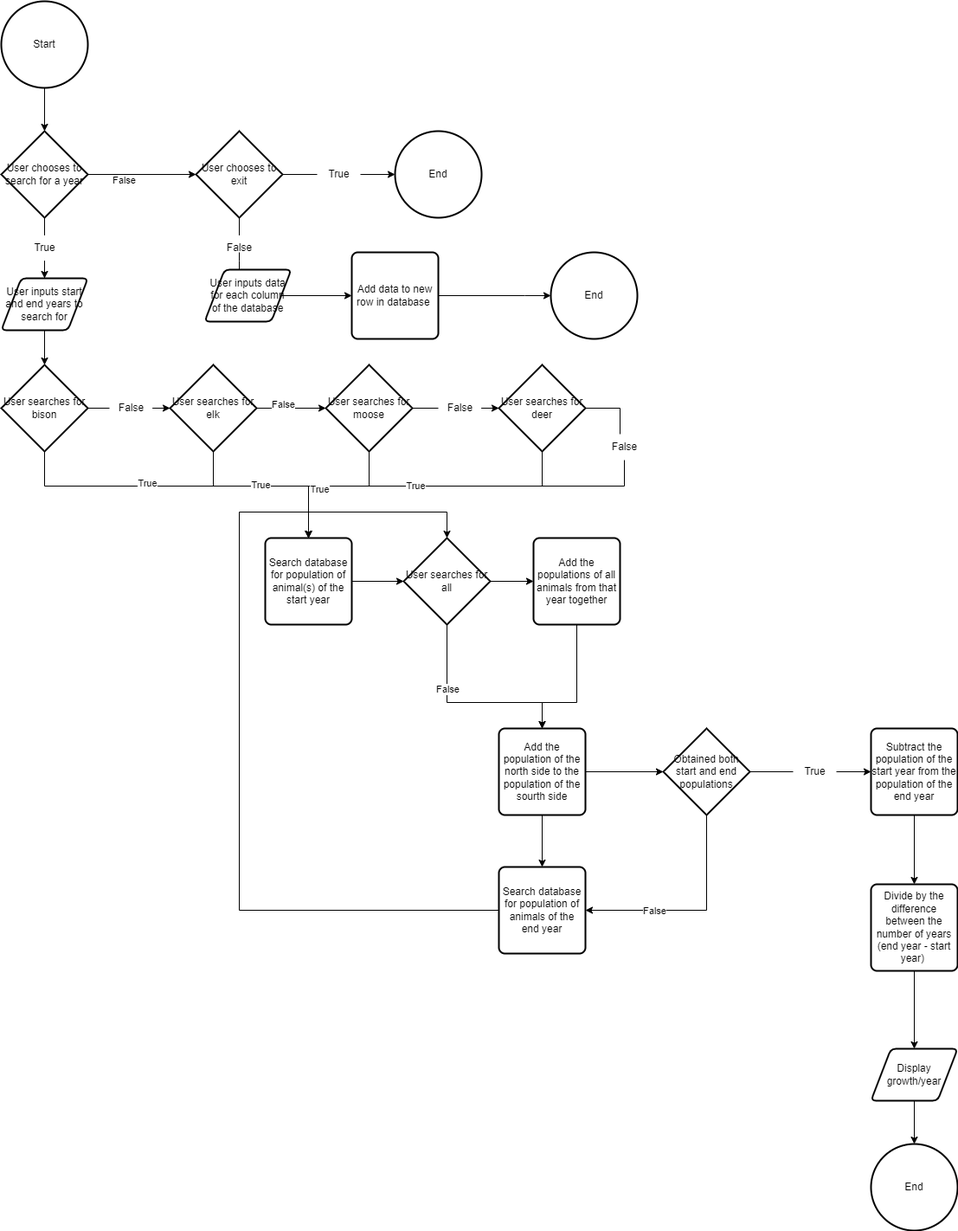
mimimelonxxxx/CSE2130-Project keeps this draw.io diagram as Large Mammal Population.drawio.png. Above is the earlier version. Source tidied: cells renumbered, new cells last; positions are measured from the earlier drawing's top-left corner, leaving out a move shared by most shapes.
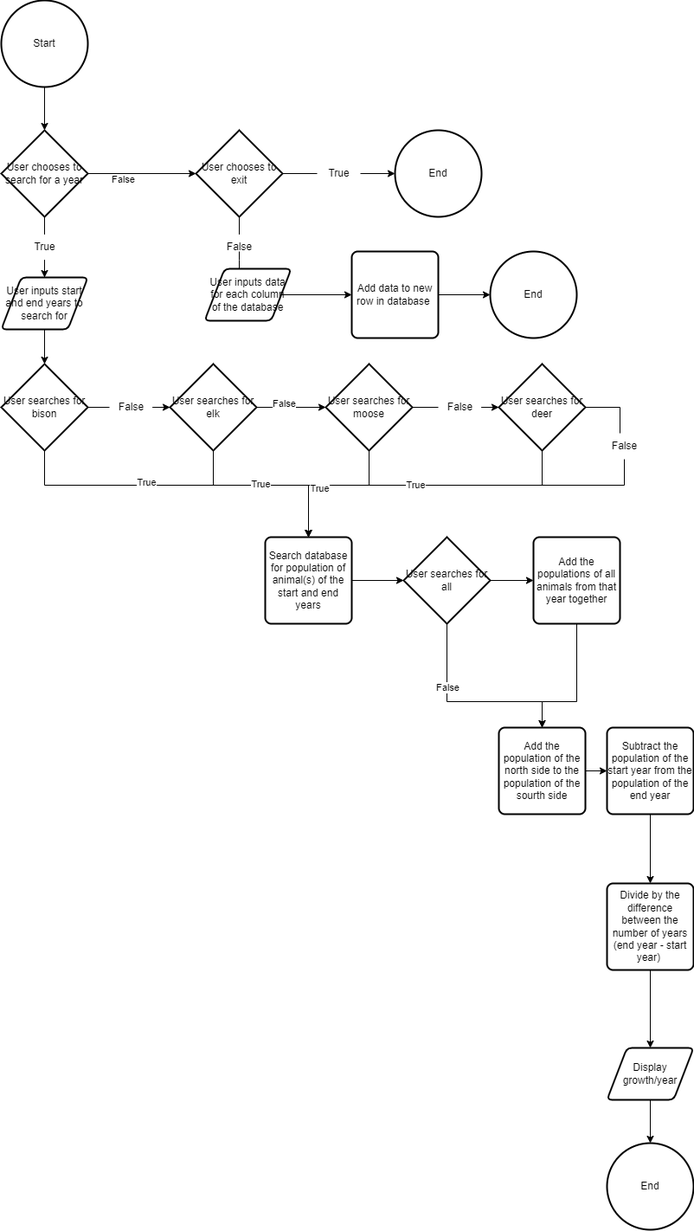
The same file after the commit.

Commit message:
choice 1 finished

The edit, as a diff of the source:
```diff
@@ -152,13 +152,10 @@
     <mxCell id="40" style="edgeStyle=orthogonalEdgeStyle;rounded=0;jettySize=auto;html=1;" parent="1" edge="1" source="41" target="48">
       <mxGeometry relative="1" as="geometry" />
     </mxCell>
-    <mxCell id="41" value="Search database for population of animal(s) of the start year" style="rounded=1;whiteSpace=wrap;html=1;absoluteArcSize=1;arcSize=14;strokeWidth=2;" parent="1" vertex="1">
+    <mxCell id="41" value="Search database for population of animal(s) of the start and end years" style="rounded=1;whiteSpace=wrap;html=1;absoluteArcSize=1;arcSize=14;strokeWidth=2;" parent="1" vertex="1">
       <mxGeometry x="305" y="620" width="100" height="100" as="geometry" />
     </mxCell>
-    <mxCell id="42" style="edgeStyle=orthogonalEdgeStyle;rounded=0;jettySize=auto;html=1;" parent="1" edge="1" source="44" target="52">
-      <mxGeometry relative="1" as="geometry" />
-    </mxCell>
-    <mxCell id="43" style="edgeStyle=orthogonalEdgeStyle;rounded=0;jettySize=auto;html=1;" parent="1" edge="1" source="44" target="55">
+    <mxCell id="43" style="edgeStyle=orthogonalEdgeStyle;rounded=0;jettySize=auto;html=1;entryX=0;entryY=0.5;entryDx=0;entryDy=0;" parent="1" edge="1" source="44" target="57">
       <mxGeometry relative="1" as="geometry" />
     </mxCell>
     <mxCell id="44" value="Add the population of the north side to the population of the sourth side" style="rounded=1;whiteSpace=wrap;html=1;absoluteArcSize=1;arcSize=14;strokeWidth=2;" parent="1" vertex="1">
@@ -192,56 +189,26 @@
     <mxCell id="50" value="Add the populations of all animals from that year together" style="rounded=1;whiteSpace=wrap;html=1;absoluteArcSize=1;arcSize=14;strokeWidth=2;" parent="1" vertex="1">
       <mxGeometry x="615" y="620" width="100" height="100" as="geometry" />
     </mxCell>
-    <mxCell id="51" style="edgeStyle=orthogonalEdgeStyle;rounded=0;jettySize=auto;html=1;entryX=0.5;entryY=0;entryDx=0;entryDy=0;entryPerimeter=0;" parent="1" edge="1" source="52" target="48">
-      <mxGeometry relative="1" as="geometry">
-        <Array as="points">
-          <mxPoint x="275" y="1050" />
-          <mxPoint x="275" y="590" />
-          <mxPoint x="515" y="590" />
-        </Array>
-      </mxGeometry>
-    </mxCell>
-    <mxCell id="52" value="Search database for population of animals of the end year" style="rounded=1;whiteSpace=wrap;html=1;absoluteArcSize=1;arcSize=14;strokeWidth=2;" parent="1" vertex="1">
-      <mxGeometry x="575" y="1000" width="100" height="100" as="geometry" />
-    </mxCell>
-    <mxCell id="53" style="edgeStyle=orthogonalEdgeStyle;rounded=0;jettySize=auto;html=1;exitX=0.5;exitY=1;exitDx=0;exitDy=0;exitPerimeter=0;" parent="1" edge="1" source="55" target="52">
-      <mxGeometry relative="1" as="geometry">
-        <Array as="points">
-          <mxPoint x="815" y="1050" />
-        </Array>
-      </mxGeometry>
-    </mxCell>
-    <mxCell id="54" value="False" style="edgeLabel;html=1;align=center;verticalAlign=middle;" parent="53" vertex="1">
-      <mxGeometry x="0.1" y="-2" relative="1" as="geometry">
-        <mxPoint x="-33" y="2" as="offset" />
-      </mxGeometry>
-    </mxCell>
-    <mxCell id="55" value="Obtained both start and end populations" style="strokeWidth=2;html=1;shape=mxgraph.flowchart.decision;whiteSpace=wrap;" parent="1" vertex="1">
-      <mxGeometry x="765" y="840" width="100" height="100" as="geometry" />
-    </mxCell>
     <mxCell id="56" style="edgeStyle=orthogonalEdgeStyle;rounded=0;jettySize=auto;html=1;" parent="1" edge="1" source="57" target="60">
       <mxGeometry relative="1" as="geometry" />
     </mxCell>
     <mxCell id="57" value="Subtract the population of the start year from the population of the end year" style="rounded=1;whiteSpace=wrap;html=1;absoluteArcSize=1;arcSize=14;strokeWidth=2;" parent="1" vertex="1">
-      <mxGeometry x="1005" y="840" width="100" height="100" as="geometry" />
+      <mxGeometry x="700" y="840" width="100" height="100" as="geometry" />
     </mxCell>
-    <mxCell id="58" style="edgeStyle=orthogonalEdgeStyle;rounded=0;jettySize=auto;html=1;endArrow=none;" parent="1" edge="1" source="55" target="73">
-      <mxGeometry relative="1" as="geometry" />
-    </mxCell>
     <mxCell id="59" style="edgeStyle=orthogonalEdgeStyle;rounded=0;jettySize=auto;html=1;" parent="1" edge="1" source="60" target="62">
       <mxGeometry relative="1" as="geometry" />
     </mxCell>
     <mxCell id="60" value="Divide by the difference between the number of years&lt;br&gt;(end year - start year)&amp;nbsp;" style="rounded=1;whiteSpace=wrap;html=1;absoluteArcSize=1;arcSize=14;strokeWidth=2;" parent="1" vertex="1">
-      <mxGeometry x="1005" y="1020" width="100" height="100" as="geometry" />
+      <mxGeometry x="700" y="1020" width="100" height="100" as="geometry" />
     </mxCell>
     <mxCell id="61" style="edgeStyle=orthogonalEdgeStyle;rounded=0;jettySize=auto;html=1;" parent="1" edge="1" source="62" target="63">
       <mxGeometry relative="1" as="geometry" />
     </mxCell>
     <mxCell id="62" value="Display growth/year" style="shape=parallelogram;html=1;strokeWidth=2;perimeter=parallelogramPerimeter;whiteSpace=wrap;rounded=1;arcSize=12;size=0.23;" parent="1" vertex="1">
-      <mxGeometry x="1005" y="1210" width="100" height="60" as="geometry" />
+      <mxGeometry x="700" y="1210" width="100" height="60" as="geometry" />
     </mxCell>
     <mxCell id="63" value="End" style="strokeWidth=2;html=1;shape=mxgraph.flowchart.start_2;whiteSpace=wrap;" parent="1" vertex="1">
-      <mxGeometry x="1005" y="1320" width="100" height="100" as="geometry" />
+      <mxGeometry x="700" y="1320" width="100" height="100" as="geometry" />
     </mxCell>
     <mxCell id="64" style="edgeStyle=orthogonalEdgeStyle;rounded=0;jettySize=auto;html=1;" parent="1" edge="1" source="65" target="68">
       <mxGeometry relative="1" as="geometry" />
@@ -270,7 +237,7 @@
       <mxGeometry x="405" y="290" width="100" height="100" as="geometry" />
     </mxCell>
     <mxCell id="69" value="End" style="strokeWidth=2;html=1;shape=mxgraph.flowchart.start_2;whiteSpace=wrap;" parent="1" vertex="1">
-      <mxGeometry x="635" y="290" width="100" height="100" as="geometry" />
+      <mxGeometry x="565" y="290" width="100" height="100" as="geometry" />
     </mxCell>
     <mxCell id="70" value="False" style="text;html=1;align=center;verticalAlign=middle;points=[];strokeColor=none;fillColor=none;" parent="1" vertex="1">
       <mxGeometry x="250" y="270" width="50" height="30" as="geometry" />
@@ -278,11 +245,5 @@
     <mxCell id="71" style="edgeStyle=orthogonalEdgeStyle;rounded=0;jettySize=auto;html=1;endArrow=none;" parent="1" edge="1" source="10" target="70">
       <mxGeometry relative="1" as="geometry" />
     </mxCell>
-    <mxCell id="72" style="edgeStyle=orthogonalEdgeStyle;rounded=0;jettySize=auto;html=1;" parent="1" edge="1" source="73" target="57">
-      <mxGeometry relative="1" as="geometry" />
-    </mxCell>
-    <mxCell id="73" value="True" style="text;html=1;align=center;verticalAlign=middle;points=[];strokeColor=none;fillColor=none;" parent="1" vertex="1">
-      <mxGeometry x="915" y="875" width="50" height="30" as="geometry" />
-    </mxCell>
   </root>
 </mxGraphModel>
```
